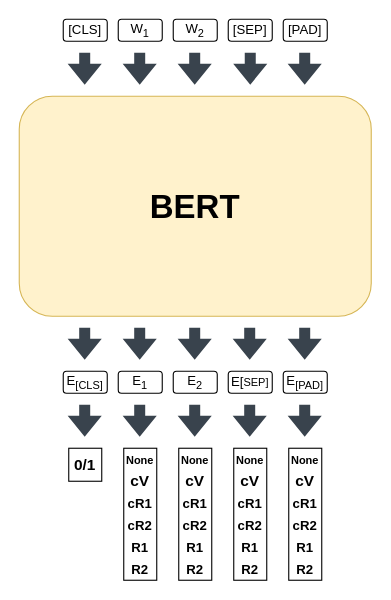
Before: Bert.drawio in Kotstantinovskiy/QualWorkGapping, a draw.io diagram. Source tidied: cells renumbered, new cells numbered last; positions are measured from the earlier drawing's top-left corner, leaving out a move shared by most shapes. Both pictures are drawn from the tidied source at 110%, with x=0, y=0 at pixel (19, 19).
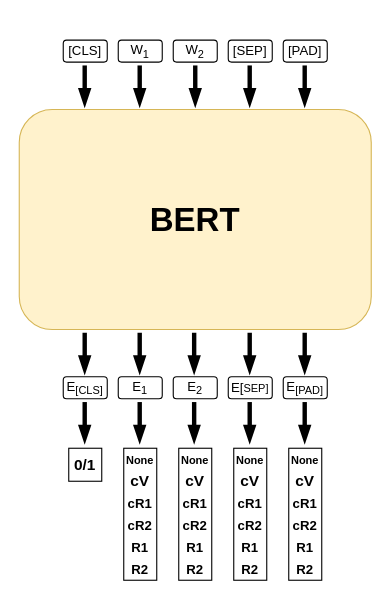
The same page after the edit.

What changed in the source:
```diff
@@
     <mxCell id="2" value="&lt;font style=&quot;font-size: 30px;&quot;&gt;&lt;b&gt;BERT&lt;/b&gt;&lt;/font&gt;" style="rounded=1;whiteSpace=wrap;html=1;fillColor=#fff2cc;strokeColor=#d6b656;" parent="1" vertex="1">
-      <mxGeometry y="70" width="320" height="200" as="geometry" />
+      <mxGeometry y="82" width="320" height="200" as="geometry" />
     </mxCell>
     <mxCell id="3" value="W&lt;sub&gt;1&lt;/sub&gt;" style="rounded=1;whiteSpace=wrap;html=1;" parent="1" vertex="1">
-      <mxGeometry x="90" width="40" height="20" as="geometry" />
+      <mxGeometry x="90" y="19" width="40" height="20" as="geometry" />
     </mxCell>
     <mxCell id="4" value="W&lt;sub&gt;2&lt;/sub&gt;" style="rounded=1;whiteSpace=wrap;html=1;" parent="1" vertex="1">
-      <mxGeometry x="140" width="40" height="20" as="geometry" />
+      <mxGeometry x="140" y="19" width="40" height="20" as="geometry" />
     </mxCell>
     <mxCell id="5" value="[SEP]" style="rounded=1;whiteSpace=wrap;html=1;" parent="1" vertex="1">
-      <mxGeometry x="190" width="40" height="20" as="geometry" />
+      <mxGeometry x="190" y="19" width="40" height="20" as="geometry" />
     </mxCell>
     <mxCell id="6" value="[PAD]" style="rounded=1;whiteSpace=wrap;html=1;" parent="1" vertex="1">
-      <mxGeometry x="240" width="40" height="20" as="geometry" />
+      <mxGeometry x="240" y="19" width="40" height="20" as="geometry" />
     </mxCell>
     <mxCell id="7" value="[CLS]" style="rounded=1;whiteSpace=wrap;html=1;" parent="1" vertex="1">
-      <mxGeometry x="40" width="40" height="20" as="geometry" />
+      <mxGeometry x="40" y="19" width="40" height="20" as="geometry" />
     </mxCell>
-    <mxCell id="8" style="shape=flexArrow;endArrow=classic;html=1;rounded=0;fontSize=30;fillColor=#39434D;strokeColor=none;" parent="1" edge="1">
-      <mxGeometry relative="1" as="geometry">
-        <mxPoint x="59.5" y="30" as="sourcePoint" />
-        <mxPoint x="59.5" y="60" as="targetPoint" />
-      </mxGeometry>
-    </mxCell>
-    <mxCell id="9" style="shape=flexArrow;endArrow=classic;html=1;rounded=0;fontSize=30;fillColor=#39434D;strokeColor=none;" parent="1" edge="1">
-      <mxGeometry relative="1" as="geometry">
-        <mxPoint x="109.5" y="30" as="sourcePoint" />
-        <mxPoint x="109.5" y="60" as="targetPoint" />
-      </mxGeometry>
-    </mxCell>
-    <mxCell id="10" style="shape=flexArrow;endArrow=classic;html=1;rounded=0;fontSize=30;fillColor=#39434D;strokeColor=none;" parent="1" edge="1">
-      <mxGeometry relative="1" as="geometry">
-        <mxPoint x="159.5" y="30" as="sourcePoint" />
-        <mxPoint x="159.5" y="60" as="targetPoint" />
-      </mxGeometry>
-    </mxCell>
-    <mxCell id="11" style="shape=flexArrow;endArrow=classic;html=1;rounded=0;fontSize=30;fillColor=#39434D;strokeColor=none;" parent="1" edge="1">
-      <mxGeometry relative="1" as="geometry">
-        <mxPoint x="210" y="30" as="sourcePoint" />
-        <mxPoint x="210" y="60" as="targetPoint" />
-      </mxGeometry>
-    </mxCell>
-    <mxCell id="12" style="shape=flexArrow;endArrow=classic;html=1;rounded=0;fontSize=30;fillColor=#39434D;strokeColor=none;" parent="1" edge="1">
-      <mxGeometry relative="1" as="geometry">
-        <mxPoint x="259.5" y="30" as="sourcePoint" />
-        <mxPoint x="259.5" y="60" as="targetPoint" />
-      </mxGeometry>
-    </mxCell>
     <mxCell id="13" value="E&lt;sub&gt;1&lt;/sub&gt;" style="rounded=1;whiteSpace=wrap;html=1;" parent="1" vertex="1">
-      <mxGeometry x="90" y="320" width="40" height="20" as="geometry" />
+      <mxGeometry x="90" y="325" width="40" height="20" as="geometry" />
     </mxCell>
     <mxCell id="14" value="E&lt;sub&gt;2&lt;br&gt;&lt;/sub&gt;" style="rounded=1;whiteSpace=wrap;html=1;" parent="1" vertex="1">
-      <mxGeometry x="140" y="320" width="40" height="20" as="geometry" />
+      <mxGeometry x="140" y="325" width="40" height="20" as="geometry" />
     </mxCell>
     <mxCell id="15" value="E[&lt;span style=&quot;font-size: 10px;&quot;&gt;SEP]&lt;/span&gt;" style="rounded=1;whiteSpace=wrap;html=1;" parent="1" vertex="1">
-      <mxGeometry x="190" y="320" width="40" height="20" as="geometry" />
+      <mxGeometry x="190" y="325" width="40" height="20" as="geometry" />
     </mxCell>
     <mxCell id="16" value="E&lt;sub&gt;[PAD]&lt;/sub&gt;" style="rounded=1;whiteSpace=wrap;html=1;" parent="1" vertex="1">
-      <mxGeometry x="240" y="320" width="40" height="20" as="geometry" />
+      <mxGeometry x="240" y="325" width="40" height="20" as="geometry" />
     </mxCell>
     <mxCell id="17" value="E&lt;sub&gt;[CLS]&lt;/sub&gt;" style="rounded=1;whiteSpace=wrap;html=1;" parent="1" vertex="1">
-      <mxGeometry x="40" y="320" width="40" height="20" as="geometry" />
+      <mxGeometry x="40" y="325" width="40" height="20" as="geometry" />
     </mxCell>
-    <mxCell id="18" style="shape=flexArrow;endArrow=classic;html=1;rounded=0;fontSize=30;fillColor=#39434D;strokeColor=none;" parent="1" edge="1">
-      <mxGeometry relative="1" as="geometry">
-        <mxPoint x="59.5" y="280" as="sourcePoint" />
-        <mxPoint x="59.5" y="310" as="targetPoint" />
-      </mxGeometry>
-    </mxCell>
-    <mxCell id="19" style="shape=flexArrow;endArrow=classic;html=1;rounded=0;fontSize=30;fillColor=#39434D;strokeColor=none;" parent="1" edge="1">
-      <mxGeometry relative="1" as="geometry">
-        <mxPoint x="109.5" y="280" as="sourcePoint" />
-        <mxPoint x="109.5" y="310" as="targetPoint" />
-      </mxGeometry>
-    </mxCell>
-    <mxCell id="20" style="shape=flexArrow;endArrow=classic;html=1;rounded=0;fontSize=30;fillColor=#39434D;strokeColor=none;" parent="1" edge="1">
-      <mxGeometry relative="1" as="geometry">
-        <mxPoint x="159.5" y="280" as="sourcePoint" />
-        <mxPoint x="159.5" y="310" as="targetPoint" />
-      </mxGeometry>
-    </mxCell>
-    <mxCell id="21" style="shape=flexArrow;endArrow=classic;html=1;rounded=0;fontSize=30;fillColor=#39434D;strokeColor=none;" parent="1" edge="1">
-      <mxGeometry relative="1" as="geometry">
-        <mxPoint x="209.5" y="280" as="sourcePoint" />
-        <mxPoint x="209.5" y="310" as="targetPoint" />
-      </mxGeometry>
-    </mxCell>
-    <mxCell id="22" style="shape=flexArrow;endArrow=classic;html=1;rounded=0;fontSize=30;strokeColor=none;fillColor=#39434D;" parent="1" edge="1">
-      <mxGeometry relative="1" as="geometry">
-        <mxPoint x="259.5" y="280" as="sourcePoint" />
-        <mxPoint x="259.5" y="310" as="targetPoint" />
-      </mxGeometry>
-    </mxCell>
-    <mxCell id="23" style="shape=flexArrow;endArrow=classic;html=1;rounded=0;fontSize=30;strokeColor=none;fillColor=#39434D;" parent="1" edge="1">
-      <mxGeometry relative="1" as="geometry">
-        <mxPoint x="59.5" y="350" as="sourcePoint" />
-        <mxPoint x="59.5" y="380" as="targetPoint" />
-      </mxGeometry>
-    </mxCell>
-    <mxCell id="24" style="shape=flexArrow;endArrow=classic;html=1;rounded=0;fontSize=30;fillColor=#39434D;strokeColor=none;" parent="1" edge="1">
-      <mxGeometry relative="1" as="geometry">
-        <mxPoint x="109.5" y="350" as="sourcePoint" />
-        <mxPoint x="109.5" y="380" as="targetPoint" />
-      </mxGeometry>
-    </mxCell>
-    <mxCell id="25" style="shape=flexArrow;endArrow=classic;html=1;rounded=0;fontSize=30;fillColor=#39434D;strokeColor=none;" parent="1" edge="1">
-      <mxGeometry relative="1" as="geometry">
-        <mxPoint x="159.5" y="350" as="sourcePoint" />
-        <mxPoint x="159.5" y="380" as="targetPoint" />
-      </mxGeometry>
-    </mxCell>
-    <mxCell id="26" style="shape=flexArrow;endArrow=classic;html=1;rounded=0;fontSize=30;fillColor=#39434D;strokeColor=none;" parent="1" edge="1">
-      <mxGeometry relative="1" as="geometry">
-        <mxPoint x="209.5" y="350" as="sourcePoint" />
-        <mxPoint x="209.5" y="380" as="targetPoint" />
-      </mxGeometry>
-    </mxCell>
-    <mxCell id="27" style="shape=flexArrow;endArrow=classic;html=1;rounded=0;fontSize=30;fillColor=#39434D;strokeColor=none;" parent="1" edge="1">
-      <mxGeometry relative="1" as="geometry">
-        <mxPoint x="259.5" y="350" as="sourcePoint" />
-        <mxPoint x="259.5" y="380" as="targetPoint" />
-      </mxGeometry>
-    </mxCell>
@@
+    <mxCell id="57" style="endArrow=blockThin;html=1;rounded=0;endSize=6;strokeWidth=4;fillColor=#39434D;endFill=1;" parent="1" edge="1">
+      <mxGeometry relative="1" as="geometry">
+        <mxPoint x="59.5" y="285" as="sourcePoint" />
+        <mxPoint x="59.5" y="322" as="targetPoint" />
+      </mxGeometry>
+    </mxCell>
+    <mxCell id="58" style="endArrow=blockThin;html=1;rounded=0;endSize=6;strokeWidth=4;fillColor=#39434D;endFill=1;" parent="1" edge="1">
+      <mxGeometry relative="1" as="geometry">
+        <mxPoint x="109.5" y="285" as="sourcePoint" />
+        <mxPoint x="109.5" y="322" as="targetPoint" />
+      </mxGeometry>
+    </mxCell>
+    <mxCell id="59" style="endArrow=blockThin;html=1;rounded=0;endSize=6;strokeWidth=4;fillColor=#39434D;endFill=1;" parent="1" edge="1">
+      <mxGeometry relative="1" as="geometry">
+        <mxPoint x="159" y="285" as="sourcePoint" />
+        <mxPoint x="159" y="322" as="targetPoint" />
+      </mxGeometry>
+    </mxCell>
+    <mxCell id="60" style="endArrow=blockThin;html=1;rounded=0;endSize=6;strokeWidth=4;fillColor=#39434D;endFill=1;" parent="1" edge="1">
+      <mxGeometry relative="1" as="geometry">
+        <mxPoint x="209.5" y="285" as="sourcePoint" />
+        <mxPoint x="209.5" y="322" as="targetPoint" />
+      </mxGeometry>
+    </mxCell>
+    <mxCell id="61" style="endArrow=blockThin;html=1;rounded=0;endSize=6;strokeWidth=4;fillColor=#39434D;endFill=1;" parent="1" edge="1">
+      <mxGeometry relative="1" as="geometry">
+        <mxPoint x="259.5" y="285" as="sourcePoint" />
+        <mxPoint x="259.5" y="322" as="targetPoint" />
+      </mxGeometry>
+    </mxCell>
+    <mxCell id="62" style="endArrow=blockThin;html=1;rounded=0;endSize=6;strokeWidth=4;fillColor=#39434D;endFill=1;" parent="1" edge="1">
+      <mxGeometry relative="1" as="geometry">
+        <mxPoint x="59.5" y="42" as="sourcePoint" />
+        <mxPoint x="59.5" y="79" as="targetPoint" />
+      </mxGeometry>
+    </mxCell>
+    <mxCell id="63" style="endArrow=blockThin;html=1;rounded=0;endSize=6;strokeWidth=4;fillColor=#39434D;endFill=1;" parent="1" edge="1">
+      <mxGeometry relative="1" as="geometry">
+        <mxPoint x="109.5" y="42" as="sourcePoint" />
+        <mxPoint x="109.5" y="79" as="targetPoint" />
+      </mxGeometry>
+    </mxCell>
+    <mxCell id="64" style="endArrow=blockThin;html=1;rounded=0;endSize=6;strokeWidth=4;fillColor=#39434D;endFill=1;" parent="1" edge="1">
+      <mxGeometry relative="1" as="geometry">
+        <mxPoint x="160" y="42" as="sourcePoint" />
+        <mxPoint x="160" y="79" as="targetPoint" />
+      </mxGeometry>
+    </mxCell>
+    <mxCell id="65" style="endArrow=blockThin;html=1;rounded=0;endSize=6;strokeWidth=4;fillColor=#39434D;endFill=1;" parent="1" edge="1">
+      <mxGeometry relative="1" as="geometry">
+        <mxPoint x="209.5" y="42" as="sourcePoint" />
+        <mxPoint x="209.5" y="79" as="targetPoint" />
+      </mxGeometry>
+    </mxCell>
+    <mxCell id="66" style="endArrow=blockThin;html=1;rounded=0;endSize=6;strokeWidth=4;fillColor=#39434D;endFill=1;" parent="1" edge="1">
+      <mxGeometry relative="1" as="geometry">
+        <mxPoint x="259.5" y="42" as="sourcePoint" />
+        <mxPoint x="259.5" y="79" as="targetPoint" />
+      </mxGeometry>
+    </mxCell>
+    <mxCell id="67" style="endArrow=blockThin;html=1;rounded=0;endSize=6;strokeWidth=4;fillColor=#39434D;endFill=1;" parent="1" edge="1">
+      <mxGeometry relative="1" as="geometry">
+        <mxPoint x="59.5" y="348" as="sourcePoint" />
+        <mxPoint x="59.5" y="385" as="targetPoint" />
+      </mxGeometry>
+    </mxCell>
+    <mxCell id="68" style="endArrow=blockThin;html=1;rounded=0;endSize=6;strokeWidth=4;fillColor=#39434D;endFill=1;" parent="1" edge="1">
+      <mxGeometry relative="1" as="geometry">
+        <mxPoint x="109.5" y="348" as="sourcePoint" />
+        <mxPoint x="109.5" y="385" as="targetPoint" />
+      </mxGeometry>
+    </mxCell>
+    <mxCell id="69" style="endArrow=blockThin;html=1;rounded=0;endSize=6;strokeWidth=4;fillColor=#39434D;endFill=1;" parent="1" edge="1">
+      <mxGeometry relative="1" as="geometry">
+        <mxPoint x="159" y="348" as="sourcePoint" />
+        <mxPoint x="159" y="385" as="targetPoint" />
+      </mxGeometry>
+    </mxCell>
+    <mxCell id="70" style="endArrow=blockThin;html=1;rounded=0;endSize=6;strokeWidth=4;fillColor=#39434D;endFill=1;" parent="1" edge="1">
+      <mxGeometry relative="1" as="geometry">
+        <mxPoint x="209.5" y="348" as="sourcePoint" />
+        <mxPoint x="209.5" y="385" as="targetPoint" />
+      </mxGeometry>
+    </mxCell>
+    <mxCell id="71" style="endArrow=blockThin;html=1;rounded=0;endSize=6;strokeWidth=4;fillColor=#39434D;endFill=1;" parent="1" edge="1">
+      <mxGeometry relative="1" as="geometry">
+        <mxPoint x="259.5" y="348" as="sourcePoint" />
+        <mxPoint x="259.5" y="385" as="targetPoint" />
+      </mxGeometry>
+    </mxCell>
```
